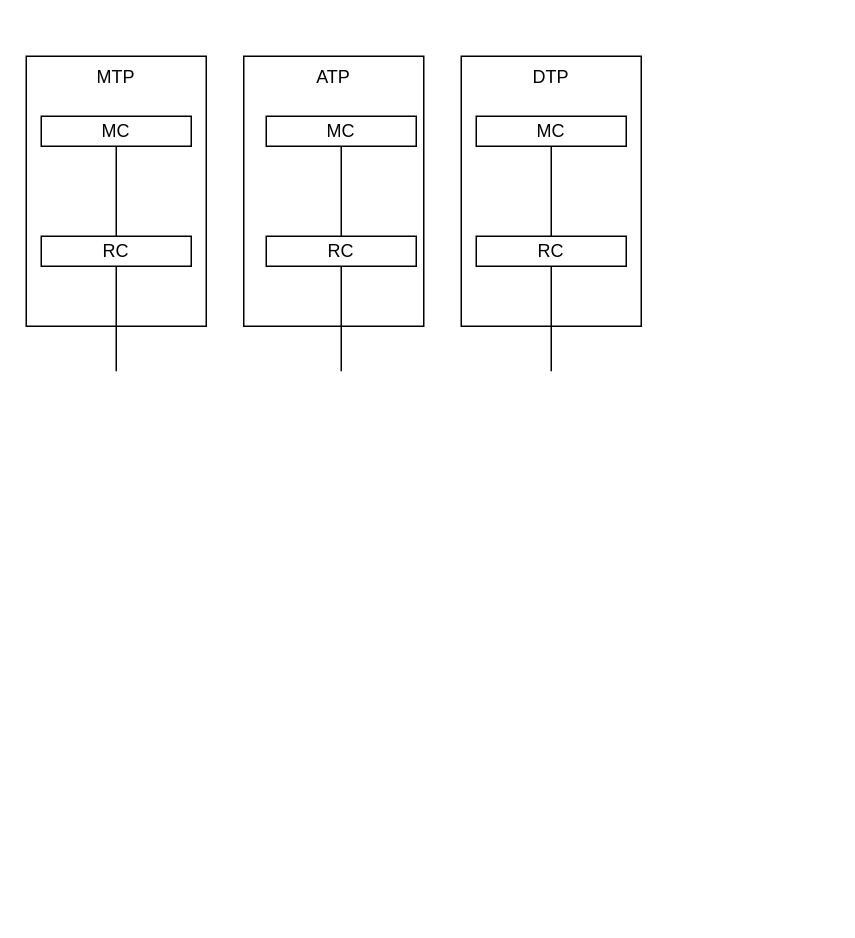
Earlier version of the draw.io diagram page "Page-1" (1 of 2) of Untitled Diagram.drawio (gotrade/gotrade). Source tidied: cells renumbered, new cells numbered last; positions are measured from the earlier drawing's top-left corner, leaving out a move shared by most shapes. Both pictures are drawn from the tidied source at 150%, with x=0, y=0 at pixel (26, 56).
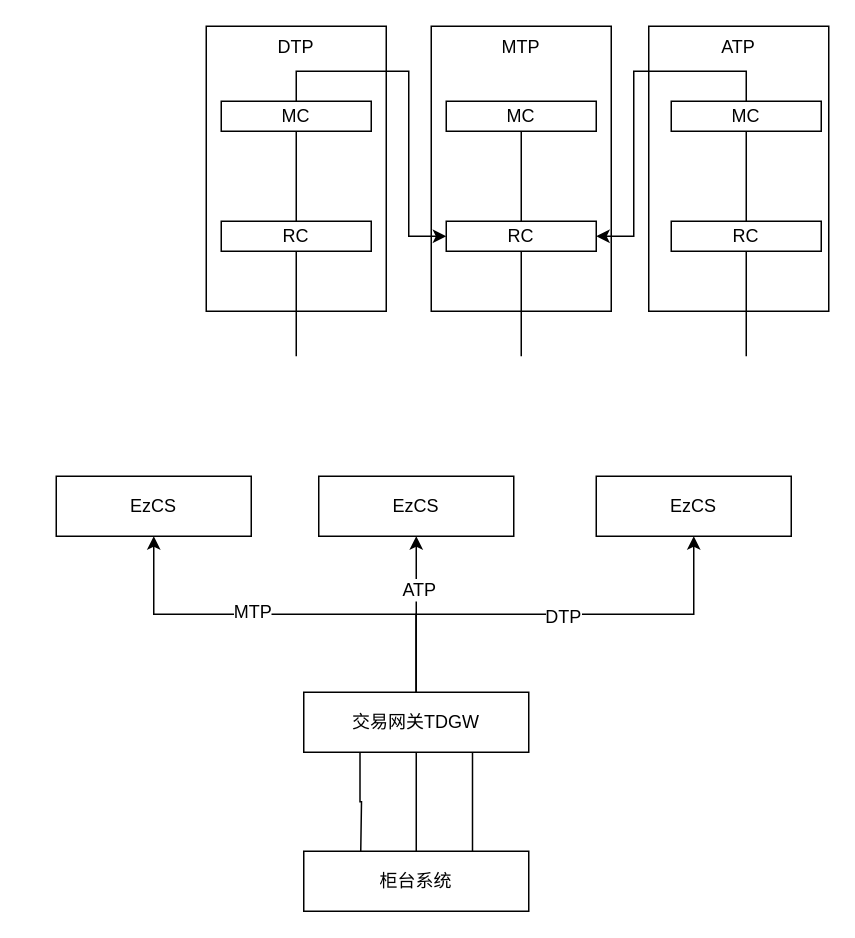
After the change.

Diff of the diagram source:
```diff
@@
     <mxCell id="2" value="ATP" style="rounded=0;whiteSpace=wrap;html=1;verticalAlign=top;" parent="1" vertex="1">
-      <mxGeometry x="145" width="120" height="180" as="geometry" />
+      <mxGeometry x="415" y="-20" width="120" height="190" as="geometry" />
     </mxCell>
     <mxCell id="3" value="DTP" style="rounded=0;whiteSpace=wrap;html=1;verticalAlign=top;" parent="1" vertex="1">
-      <mxGeometry x="290" width="120" height="180" as="geometry" />
+      <mxGeometry x="120" y="-20" width="120" height="190" as="geometry" />
     </mxCell>
     <mxCell id="4" value="MTP" style="rounded=0;whiteSpace=wrap;html=1;verticalAlign=top;" parent="1" vertex="1">
-      <mxGeometry width="120" height="180" as="geometry" />
+      <mxGeometry x="270" y="-20" width="120" height="190" as="geometry" />
     </mxCell>
     <mxCell id="5" value="MC" style="rounded=0;whiteSpace=wrap;html=1;" parent="1" vertex="1">
-      <mxGeometry x="10" y="40" width="100" height="20" as="geometry" />
+      <mxGeometry x="280" y="30" width="100" height="20" as="geometry" />
     </mxCell>
     <mxCell id="6" style="edgeStyle=orthogonalEdgeStyle;rounded=0;jettySize=auto;html=1;endArrow=none;endFill=0;" parent="1" edge="1" source="8">
       <mxGeometry relative="1" as="geometry">
-        <mxPoint x="60" y="210" as="targetPoint" />
+        <mxPoint x="330" y="200" as="targetPoint" />
       </mxGeometry>
     </mxCell>
@@
     <mxCell id="8" value="RC" style="rounded=0;whiteSpace=wrap;html=1;" parent="1" vertex="1">
-      <mxGeometry x="10" y="120" width="100" height="20" as="geometry" />
+      <mxGeometry x="280" y="110" width="100" height="20" as="geometry" />
     </mxCell>
+    <mxCell id="17" style="edgeStyle=orthogonalEdgeStyle;rounded=0;jettySize=auto;html=1;exitX=0.5;exitY=0;exitDx=0;exitDy=0;entryX=1;entryY=0.5;entryDx=0;entryDy=0;" parent="1" edge="1" source="9" target="8">
+      <mxGeometry relative="1" as="geometry" />
+    </mxCell>
     <mxCell id="9" value="MC" style="rounded=0;whiteSpace=wrap;html=1;" parent="1" vertex="1">
-      <mxGeometry x="160" y="40" width="100" height="20" as="geometry" />
+      <mxGeometry x="430" y="30" width="100" height="20" as="geometry" />
     </mxCell>
     <mxCell id="10" style="edgeStyle=orthogonalEdgeStyle;rounded=0;jettySize=auto;html=1;exitX=0.5;exitY=1;exitDx=0;exitDy=0;endArrow=none;endFill=0;" parent="1" edge="1" source="12">
       <mxGeometry relative="1" as="geometry">
-        <mxPoint x="210" y="210" as="targetPoint" />
+        <mxPoint x="480" y="200" as="targetPoint" />
       </mxGeometry>
     </mxCell>
@@
     <mxCell id="12" value="RC" style="rounded=0;whiteSpace=wrap;html=1;" parent="1" vertex="1">
-      <mxGeometry x="160" y="120" width="100" height="20" as="geometry" />
+      <mxGeometry x="430" y="110" width="100" height="20" as="geometry" />
     </mxCell>
+    <mxCell id="18" style="edgeStyle=orthogonalEdgeStyle;rounded=0;jettySize=auto;html=1;entryX=0;entryY=0.5;entryDx=0;entryDy=0;exitX=0.5;exitY=0;exitDx=0;exitDy=0;" parent="1" edge="1" source="13" target="8">
+      <mxGeometry relative="1" as="geometry" />
+    </mxCell>
     <mxCell id="13" value="MC" style="rounded=0;whiteSpace=wrap;html=1;" parent="1" vertex="1">
-      <mxGeometry x="300" y="40" width="100" height="20" as="geometry" />
+      <mxGeometry x="130" y="30" width="100" height="20" as="geometry" />
     </mxCell>
     <mxCell id="14" style="edgeStyle=orthogonalEdgeStyle;rounded=0;jettySize=auto;html=1;endArrow=none;endFill=0;" parent="1" edge="1" source="16">
       <mxGeometry relative="1" as="geometry">
-        <mxPoint x="350" y="210" as="targetPoint" />
+        <mxPoint x="180" y="200" as="targetPoint" />
       </mxGeometry>
     </mxCell>
@@
     <mxCell id="16" value="RC" style="rounded=0;whiteSpace=wrap;html=1;" parent="1" vertex="1">
-      <mxGeometry x="300" y="120" width="100" height="20" as="geometry" />
+      <mxGeometry x="130" y="110" width="100" height="20" as="geometry" />
     </mxCell>
+    <mxCell id="19" value="EzCS" style="rounded=0;whiteSpace=wrap;html=1;" parent="1" vertex="1">
+      <mxGeometry x="20" y="280" width="130" height="40" as="geometry" />
+    </mxCell>
+    <mxCell id="20" value="EzCS" style="rounded=0;whiteSpace=wrap;html=1;" parent="1" vertex="1">
+      <mxGeometry x="195" y="280" width="130" height="40" as="geometry" />
+    </mxCell>
+    <mxCell id="21" value="EzCS" style="rounded=0;whiteSpace=wrap;html=1;" parent="1" vertex="1">
+      <mxGeometry x="380" y="280" width="130" height="40" as="geometry" />
+    </mxCell>
+    <mxCell id="22" style="edgeStyle=orthogonalEdgeStyle;rounded=0;jettySize=auto;html=1;entryX=0.5;entryY=1;entryDx=0;entryDy=0;exitX=0.5;exitY=0;exitDx=0;exitDy=0;" parent="1" edge="1" source="31" target="19">
+      <mxGeometry relative="1" as="geometry" />
+    </mxCell>
+    <mxCell id="23" value="MTP" style="text;html=1;align=center;verticalAlign=middle;labelBackgroundColor=#ffffff;" parent="22" vertex="1">
+      <mxGeometry x="0.35" y="2" relative="1" as="geometry">
+        <mxPoint x="26" y="-4" as="offset" />
+      </mxGeometry>
+    </mxCell>
+    <mxCell id="24" style="edgeStyle=orthogonalEdgeStyle;rounded=0;jettySize=auto;html=1;entryX=0.5;entryY=1;entryDx=0;entryDy=0;" parent="1" edge="1" source="31" target="20">
+      <mxGeometry relative="1" as="geometry" />
+    </mxCell>
+    <mxCell id="25" value="ATP" style="text;html=1;align=center;verticalAlign=middle;labelBackgroundColor=#ffffff;" parent="24" vertex="1">
+      <mxGeometry x="0.32" y="-1" relative="1" as="geometry" />
+    </mxCell>
+    <mxCell id="26" style="edgeStyle=orthogonalEdgeStyle;rounded=0;jettySize=auto;html=1;entryX=0.5;entryY=1;entryDx=0;entryDy=0;exitX=0.5;exitY=0;exitDx=0;exitDy=0;" parent="1" edge="1" source="31" target="21">
+      <mxGeometry relative="1" as="geometry" />
+    </mxCell>
+    <mxCell id="27" value="DTP" style="text;html=1;align=center;verticalAlign=middle;labelBackgroundColor=#ffffff;" parent="26" vertex="1">
+      <mxGeometry x="0.03" y="-1" relative="1" as="geometry" />
+    </mxCell>
+    <mxCell id="28" style="edgeStyle=orthogonalEdgeStyle;rounded=0;jettySize=auto;html=1;exitX=0.25;exitY=1;exitDx=0;exitDy=0;endArrow=none;endFill=0;" parent="1" edge="1" source="31">
+      <mxGeometry relative="1" as="geometry">
+        <mxPoint x="223" y="530" as="targetPoint" />
+      </mxGeometry>
+    </mxCell>
+    <mxCell id="29" style="edgeStyle=orthogonalEdgeStyle;rounded=0;jettySize=auto;html=1;exitX=0.5;exitY=1;exitDx=0;exitDy=0;endArrow=none;endFill=0;" parent="1" edge="1" source="31" target="32">
+      <mxGeometry relative="1" as="geometry" />
+    </mxCell>
+    <mxCell id="30" style="edgeStyle=orthogonalEdgeStyle;rounded=0;jettySize=auto;html=1;exitX=0.75;exitY=1;exitDx=0;exitDy=0;entryX=0.75;entryY=0;entryDx=0;entryDy=0;endArrow=none;endFill=0;" parent="1" edge="1" source="31" target="32">
+      <mxGeometry relative="1" as="geometry" />
+    </mxCell>
+    <mxCell id="31" value="交易网关TDGW" style="rounded=0;whiteSpace=wrap;html=1;" parent="1" vertex="1">
+      <mxGeometry x="185" y="424" width="150" height="40" as="geometry" />
+    </mxCell>
+    <mxCell id="32" value="柜台系统" style="rounded=0;whiteSpace=wrap;html=1;" parent="1" vertex="1">
+      <mxGeometry x="185" y="530" width="150" height="40" as="geometry" />
+    </mxCell>
```
